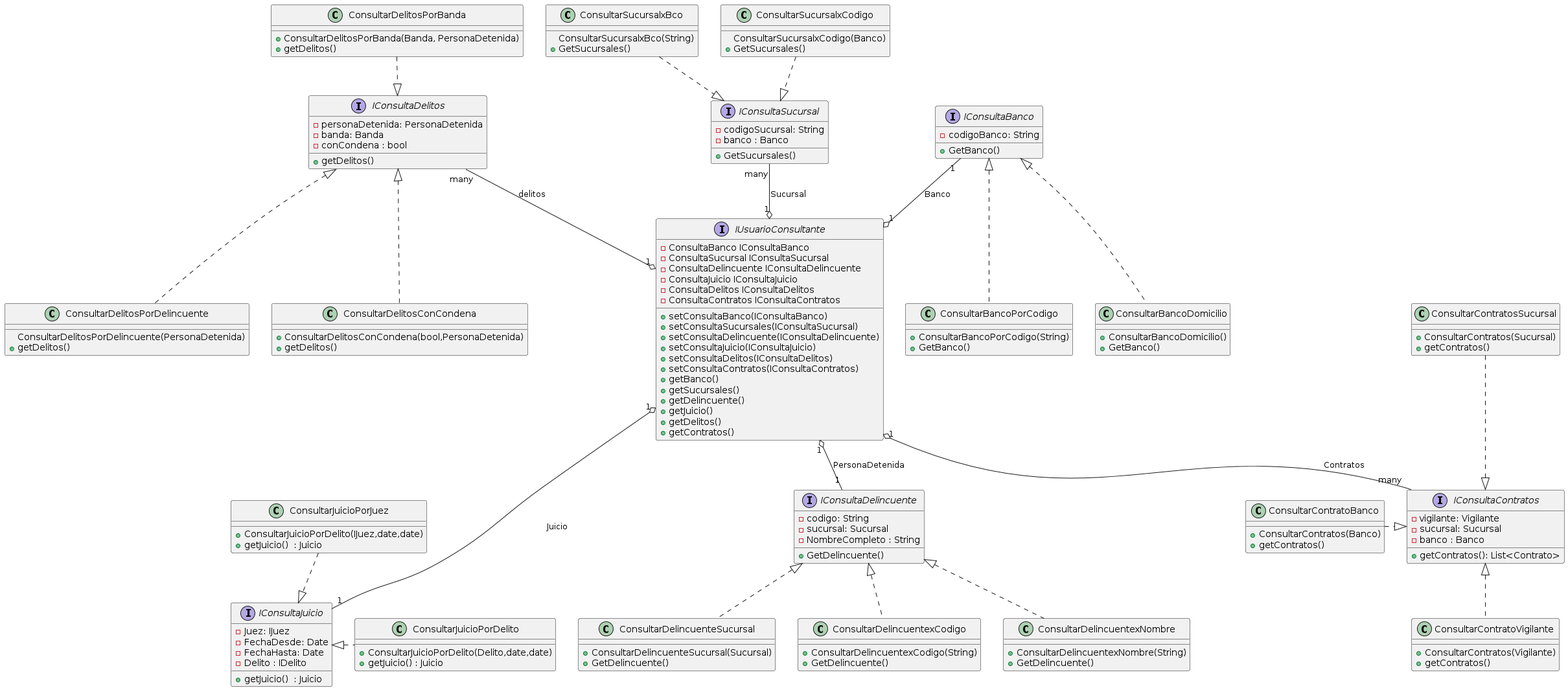
IMettaINSPT/1ParcialP2 keeps this PlantUML diagram as Documentacion/DiagramaClasesVConsultasUsuario.png. Above is the earlier version.
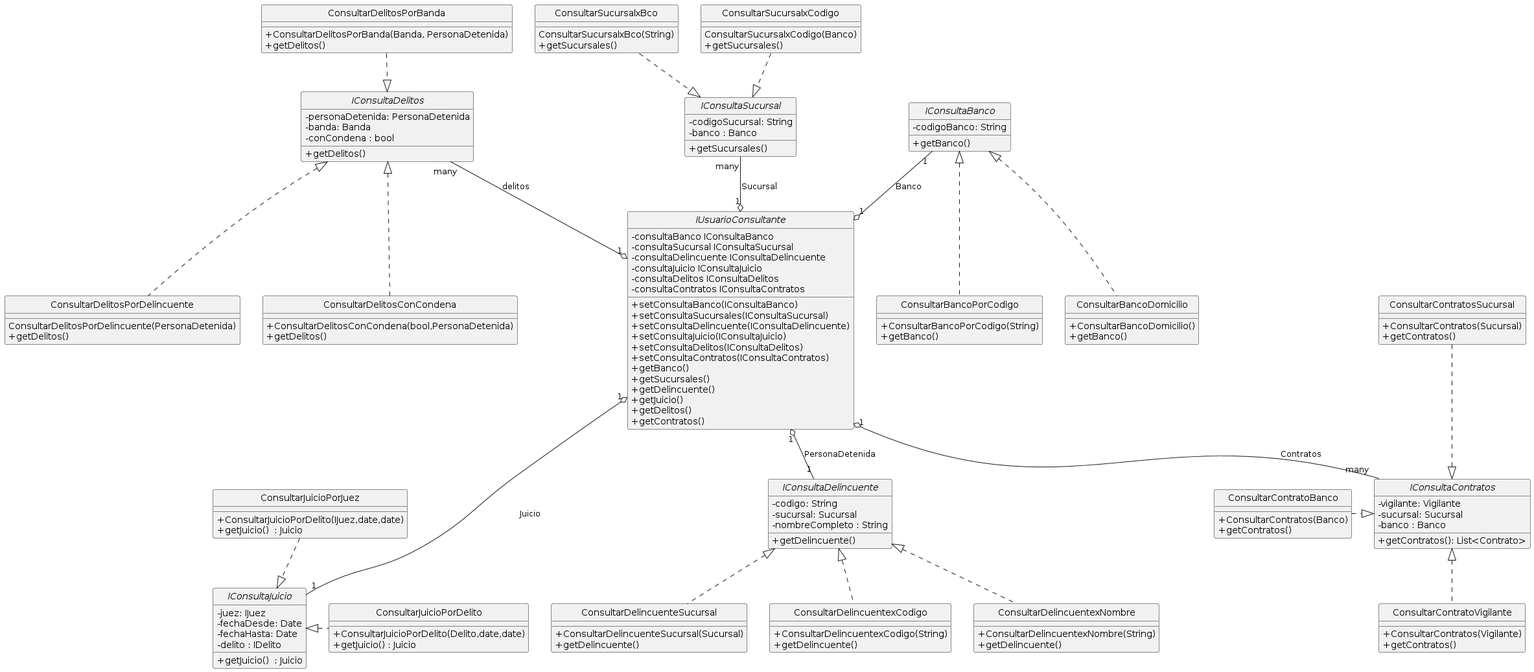
Above is the later version.

The edit, as a diff of the source:
```diff
@@ -1,20 +1,24 @@
 @startuml
+hide circle
+skinparam classAttributeIconSize 0
+
+
 together {
   interface IConsultaBanco{
   -codigoBanco: String
-  +GetBanco()
+  +getBanco()
   }
 
   class ConsultarBancoPorCodigo
   {
   +ConsultarBancoPorCodigo(String)
-     +GetBanco()
+     +getBanco()
   }
 
   class ConsultarBancoDomicilio
   {
   + ConsultarBancoDomicilio()
-    +GetBanco()
+    +getBanco()
   }
 }
 IConsultaBanco<|..ConsultarBancoDomicilio
@@ -29,19 +33,19 @@
 interface IConsultaSucursal{
 -codigoSucursal: String
 -banco : Banco
-+GetSucursales()
++getSucursales()
 }
 
 class ConsultarSucursalxBco
 {
   ConsultarSucursalxBco(String)
-  +GetSucursales()
+  +getSucursales()
 }
 
 class ConsultarSucursalxCodigo
 {
    ConsultarSucursalxCodigo(Banco)
-   +GetSucursales()
+   +getSucursales()
 }
 }
 ConsultarSucursalxBco ..|> IConsultaSucursal
@@ -54,26 +58,26 @@
 interface IConsultaDelincuente{
 -codigo: String
 -sucursal: Sucursal
--NombreCompleto : String
-+GetDelincuente()
+-nombreCompleto : String
++getDelincuente()
 }
 
 class ConsultarDelincuenteSucursal
 {
-   + ConsultarDelincuenteSucursal(Sucursal)
-   +GetDelincuente()
+   +ConsultarDelincuenteSucursal(Sucursal)
+   +getDelincuente()
 }
 
 class ConsultarDelincuentexCodigo
 {
-   +  ConsultarDelincuentexCodigo(String)
-   +GetDelincuente()
+   +ConsultarDelincuentexCodigo(String)
+   +getDelincuente()
 }
 
 class ConsultarDelincuentexNombre
 {
-  + ConsultarDelincuentexNombre(String)
-  +GetDelincuente()
+  +ConsultarDelincuentexNombre(String)
+  +getDelincuente()
 }
 }
 IConsultaDelincuente<|..ConsultarDelincuentexNombre
@@ -86,22 +90,22 @@
 
 together{
 interface IConsultaJuicio{
--Juez: IJuez
--FechaDesde: Date
--FechaHasta: Date
--Delito : IDelito
+-juez: IJuez
+-fechaDesde: Date
+-fechaHasta: Date
+-delito : IDelito
 +getJuicio()  : Juicio
 }
 
 class ConsultarJuicioPorDelito
 {
-   + ConsultarJuicioPorDelito(Delito,date,date)
+   +ConsultarJuicioPorDelito(Delito,date,date)
    +getJuicio() : Juicio
 }
 
 class ConsultarJuicioPorJuez
 {
-   + ConsultarJuicioPorDelito(IJuez,date,date)
+   +ConsultarJuicioPorDelito(IJuez,date,date)
    +getJuicio()  : Juicio
 }
 }
@@ -115,12 +119,12 @@
 
 interface IUsuarioConsultante
 {
- -ConsultaBanco IConsultaBanco
--ConsultaSucursal IConsultaSucursal
--ConsultaDelincuente IConsultaDelincuente
--ConsultaJuicio IConsultaJuicio
--ConsultaDelitos IConsultaDelitos
--ConsultaContratos IConsultaContratos
+ -consultaBanco IConsultaBanco
+-consultaSucursal IConsultaSucursal
+-consultaDelincuente IConsultaDelincuente
+-consultaJuicio IConsultaJuicio
+-consultaDelitos IConsultaDelitos
+-consultaContratos IConsultaContratos
 +setConsultaBanco(IConsultaBanco)
 +setConsultaSucursales(IConsultaSucursal)
 +setConsultaDelincuente(IConsultaDelincuente)
```
